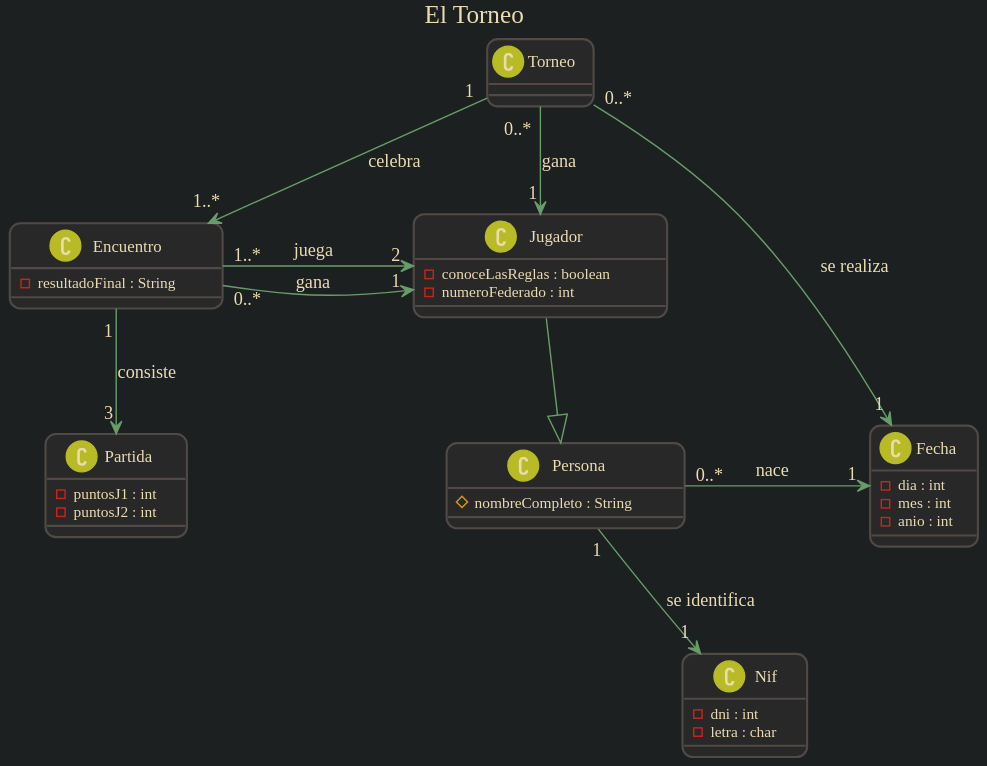
s1dam-azarquiel-2021/apuntes-y-practicas keeps this PlantUML diagram as ENDE/Practicas/uml/generated/ElTorneo.svg. Above is the earlier version. Source of this version:
```plantuml
@startuml
title El Torneo

!include plantuml-config.txt

class Torneo

class Jugador {
        - conoceLasReglas : boolean
        - numeroFederado : int
}

class Persona {
        # nombreCompleto : String
}

class Fecha {
        - dia : int
        - mes : int
        - anio : int
}

class Nif {
        - dni : int
        - letra : char
}

class Encuentro {
        - resultadoFinal : String
}

class Partida {
        - puntosJ1 : int
        - puntosJ2 : int
}

skinparam Nodesep 100

Persona "0..*" -> "1" Fecha : nace
Persona "1" -> "1" Nif : se identifica
Fecha -[hidden]d- Nif

Jugador --|> Persona

Encuentro "1..*" -> "2" Jugador : juega
Encuentro "0..*" -> "1" Jugador : gana
Encuentro "1" --> "3" Partida : consiste

Torneo "0..*" --> "1" Fecha : se realiza
Torneo "1" --> "1..*" Encuentro : celebra
Torneo "0..*" --> "1" Jugador : gana
@enduml
```
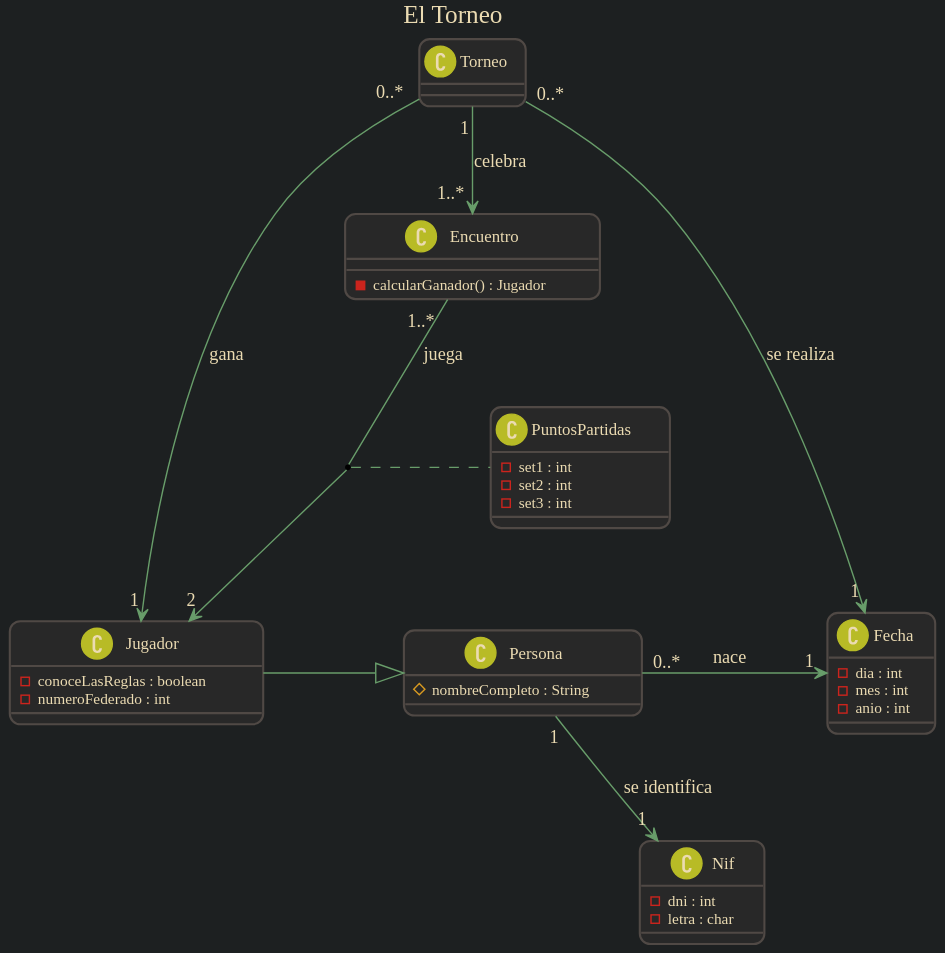
The same diagram one commit later.

Commit message:
[add] Corrected Ej5 - uml - ENDE

What changed in the source:
```diff
@@ -26,12 +26,13 @@
 }
 
 class Encuentro {
-        - resultadoFinal : String
+        - calcularGanador() : Jugador
 }
 
-class Partida {
-        - puntosJ1 : int
-        - puntosJ2 : int
+class PuntosPartidas {
+        - set1 : int
+        - set2 : int
+        - set3 : int
 }
 
 skinparam Nodesep 100
@@ -40,11 +41,10 @@
 Persona "1" -> "1" Nif : se identifica
 Fecha -[hidden]d- Nif
 
-Jugador --|> Persona
+Jugador -|> Persona
 
-Encuentro "1..*" -> "2" Jugador : juega
-Encuentro "0..*" -> "1" Jugador : gana
-Encuentro "1" --> "3" Partida : consiste
+Encuentro "1..*" --> "2" Jugador : juega
+(Encuentro, Jugador) .. PuntosPartidas
 
 Torneo "0..*" --> "1" Fecha : se realiza
 Torneo "1" --> "1..*" Encuentro : celebra
```
